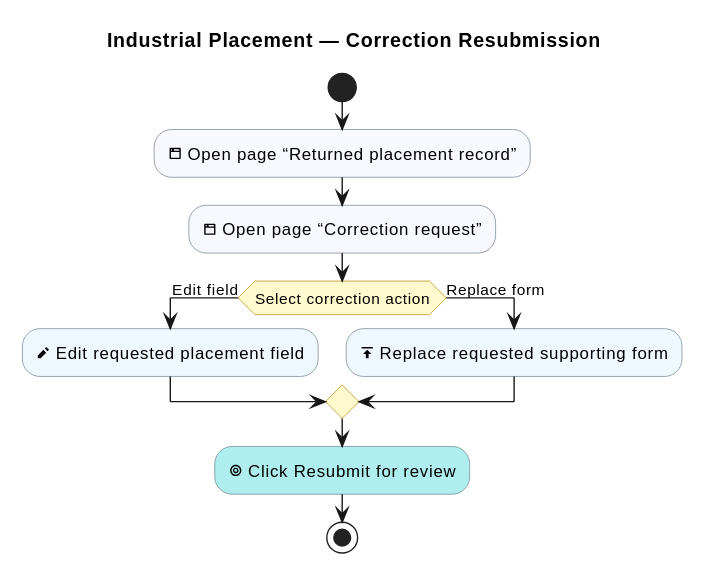
This is industrial-placement-group-project/diagrams/industrial-placement/correction-resubmission.svg from sdflkjssl/sdflkjssl.github.io, a PlantUML export, as it was before one commit.
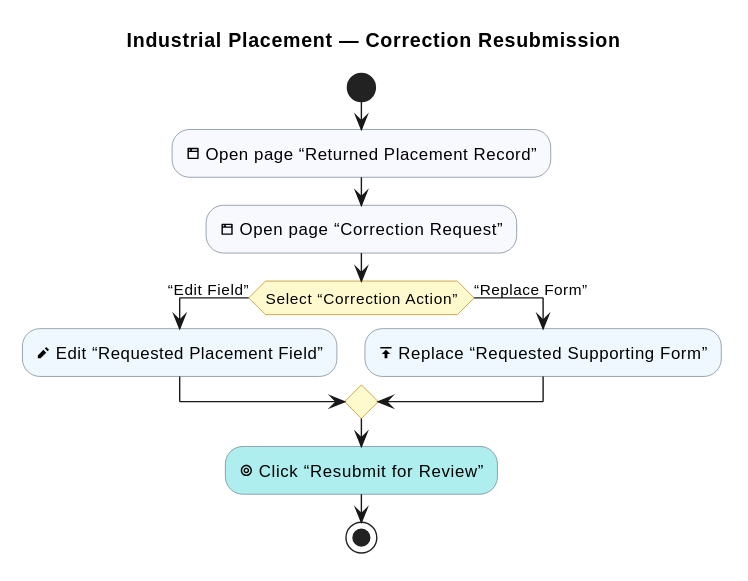
The same file after the commit.

Change to the diagram source:
```diff
@@ -10,13 +10,13 @@
 |Student|
 
 start
-:<&browser> Open page “Returned placement record”; <<#GhostWhite>>
-:<&browser> Open page “Correction request”; <<#GhostWhite>>
-if (Select correction action) then (Edit field)
-  :<&pencil> Edit requested placement field; <<#AliceBlue>>
-else (Replace form)
-  :<&data-transfer-upload> Replace requested supporting form; <<#AliceBlue>>
+:<&browser> Open page “Returned Placement Record”; <<#GhostWhite>>
+:<&browser> Open page “Correction Request”; <<#GhostWhite>>
+if (Select “Correction Action”) then (“Edit Field”)
+  :<&pencil> Edit “Requested Placement Field”; <<#AliceBlue>>
+else (“Replace Form”)
+  :<&data-transfer-upload> Replace “Requested Supporting Form”; <<#AliceBlue>>
 endif
-:<&target> Click Resubmit for review; <<#PaleTurquoise>>
+:<&target> Click “Resubmit for Review”; <<#PaleTurquoise>>
 stop
 @enduml
```
